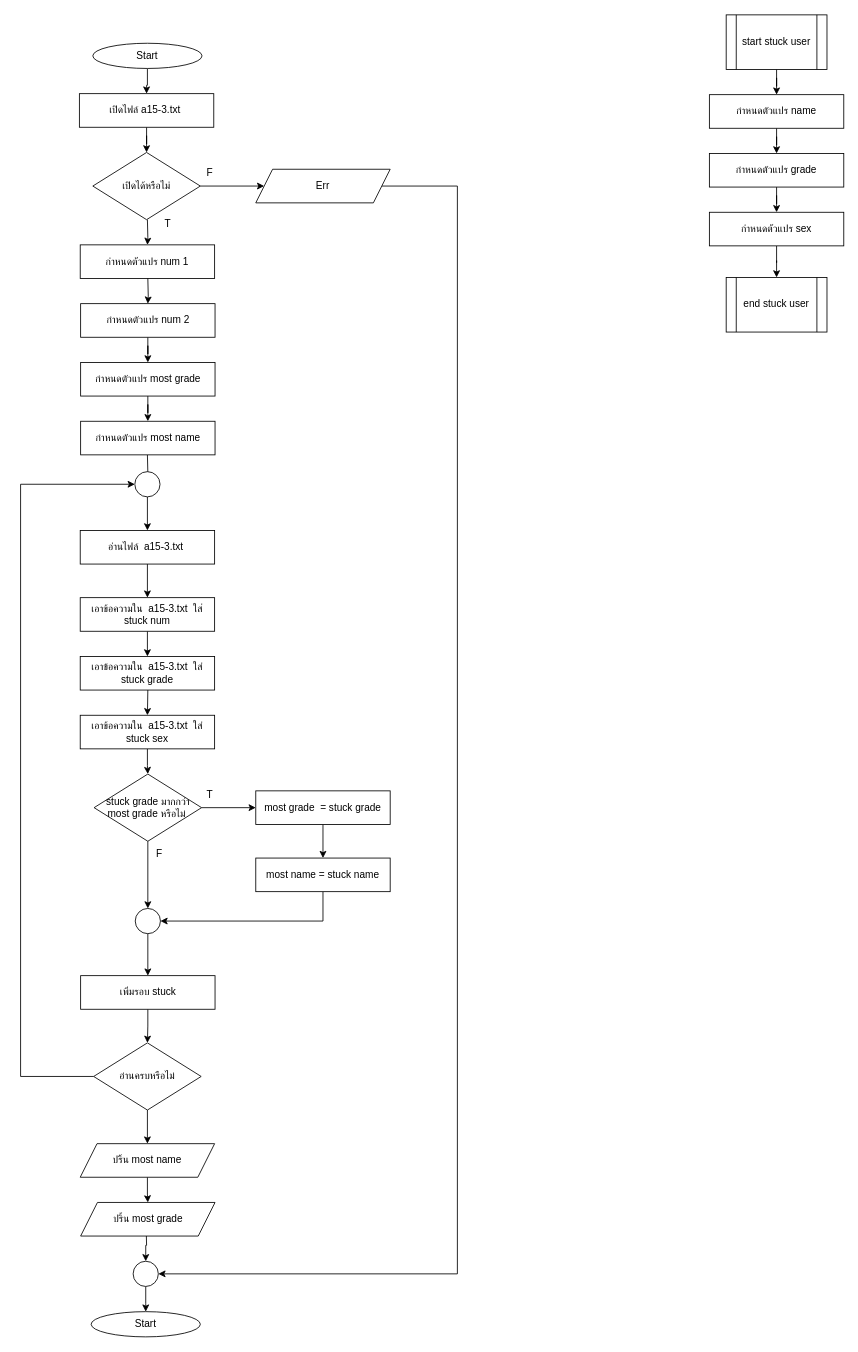
Above: HW/HW15/hw15-3/hw15-3.drawio in aphiwat-window/ENGCE117 (draw.io), before the change. Source tidied: cells renumbered, new cells numbered last; positions are measured from the earlier drawing's top-left corner, leaving out a move shared by most shapes. Both pictures are drawn from the tidied source at 84%, with x=0, y=0 at pixel (20, 14).
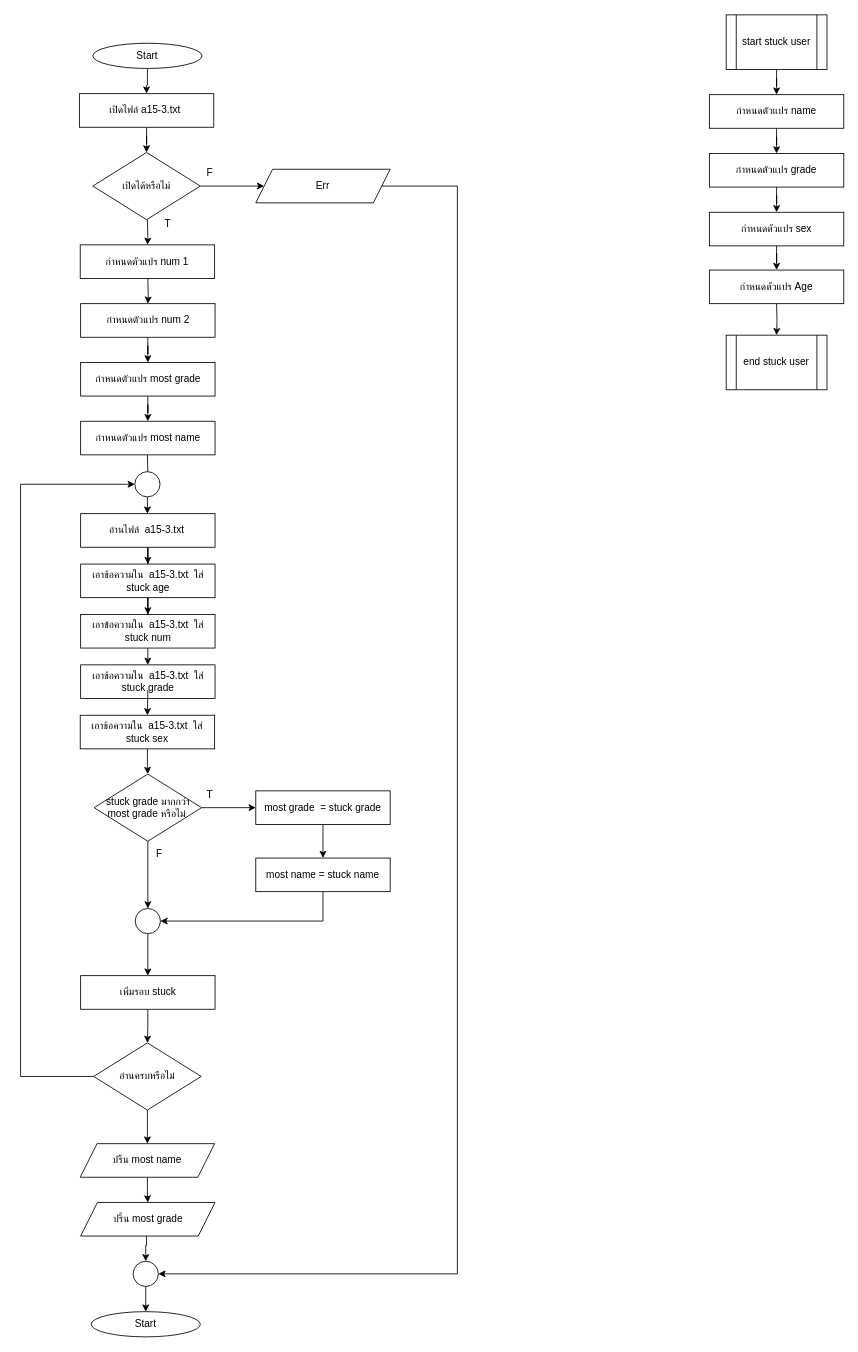
The same page after the edit.

Unchanged cells that the change refers to:
```xml
<mxCell id="40" value="กำหนดตัวแปร sex" style="rounded=0;whiteSpace=wrap;html=1;" parent="1" vertex="1">
  <mxGeometry x="820" y="235.2" width="160" height="40" as="geometry" />
</mxCell>
```

What changed in the source:
```diff
@@
-    <mxCell id="8" style="edgeStyle=orthogonalEdgeStyle;rounded=0;jettySize=auto;html=1;" parent="1" edge="1" source="9" target="11">
-      <mxGeometry relative="1" as="geometry" />
-    </mxCell>
+    <mxCell id="63" style="edgeStyle=orthogonalEdgeStyle;rounded=0;jettySize=auto;html=1;" parent="1" edge="1" source="9" target="67">
+      <mxGeometry relative="1" as="geometry" />
+    </mxCell>
     <mxCell id="9" value="อ่านไฟล์&amp;nbsp;&amp;nbsp;a15-3.txt&amp;nbsp;" style="rounded=0;whiteSpace=wrap;html=1;" parent="1" vertex="1">
-      <mxGeometry x="71" y="614" width="160" height="40" as="geometry" />
+      <mxGeometry x="71.5" y="594" width="160" height="40" as="geometry" />
     </mxCell>
     <mxCell id="10" style="edgeStyle=orthogonalEdgeStyle;rounded=0;jettySize=auto;html=1;" parent="1" edge="1" source="11">
       <mxGeometry relative="1" as="geometry">
-        <mxPoint x="151" y="764" as="targetPoint" />
+        <mxPoint x="151.5" y="774" as="targetPoint" />
       </mxGeometry>
     </mxCell>
     <mxCell id="11" value="เอาข้อความใน&amp;nbsp;&amp;nbsp;a15-3.txt&amp;nbsp; ใส่ stuck num" style="rounded=0;whiteSpace=wrap;html=1;" parent="1" vertex="1">
-      <mxGeometry x="71" y="694" width="160" height="40" as="geometry" />
+      <mxGeometry x="71.5" y="714" width="160" height="40" as="geometry" />
     </mxCell>
@@
-    <mxCell id="39" style="edgeStyle=orthogonalEdgeStyle;rounded=0;jettySize=auto;html=1;" parent="1" edge="1" source="40" target="41">
-      <mxGeometry relative="1" as="geometry" />
+    <mxCell id="39" style="edgeStyle=orthogonalEdgeStyle;rounded=0;jettySize=auto;html=1;" parent="1" edge="1" target="41">
+      <mxGeometry relative="1" as="geometry">
+        <mxPoint x="900" y="344" as="sourcePoint" />
+      </mxGeometry>
     </mxCell>
+    <mxCell id="64" style="edgeStyle=orthogonalEdgeStyle;rounded=0;jettySize=auto;html=1;" parent="1" edge="1" source="40" target="65">
+      <mxGeometry relative="1" as="geometry" />
+    </mxCell>
@@
     <mxCell id="41" value="end stuck user" style="shape=process;whiteSpace=wrap;html=1;backgroundOutline=1;" parent="1" vertex="1">
-      <mxGeometry x="840" y="312.8" width="120" height="65" as="geometry" />
+      <mxGeometry x="840" y="381.5" width="120" height="65" as="geometry" />
     </mxCell>
@@
     <mxCell id="43" value="เอาข้อความใน&amp;nbsp;&amp;nbsp;a15-3.txt&amp;nbsp; ใส่ stuck grade" style="rounded=0;whiteSpace=wrap;html=1;" parent="1" vertex="1">
-      <mxGeometry x="71" y="764" width="160" height="40" as="geometry" />
+      <mxGeometry x="71.5" y="774" width="160" height="40" as="geometry" />
     </mxCell>
@@
+    <mxCell id="65" value="กำหนดตัวแปร Age" style="rounded=0;whiteSpace=wrap;html=1;" parent="1" vertex="1">
+      <mxGeometry x="820" y="304" width="160" height="40" as="geometry" />
+    </mxCell>
+    <mxCell id="66" style="edgeStyle=orthogonalEdgeStyle;rounded=0;jettySize=auto;html=1;entryX=0.5;entryY=0;entryDx=0;entryDy=0;" parent="1" edge="1" source="67" target="11">
+      <mxGeometry relative="1" as="geometry" />
+    </mxCell>
+    <mxCell id="67" value="เอาข้อความใน&amp;nbsp;&amp;nbsp;a15-3.txt&amp;nbsp; ใส่ stuck age" style="rounded=0;whiteSpace=wrap;html=1;" parent="1" vertex="1">
+      <mxGeometry x="71.5" y="654" width="160" height="40" as="geometry" />
+    </mxCell>
```
